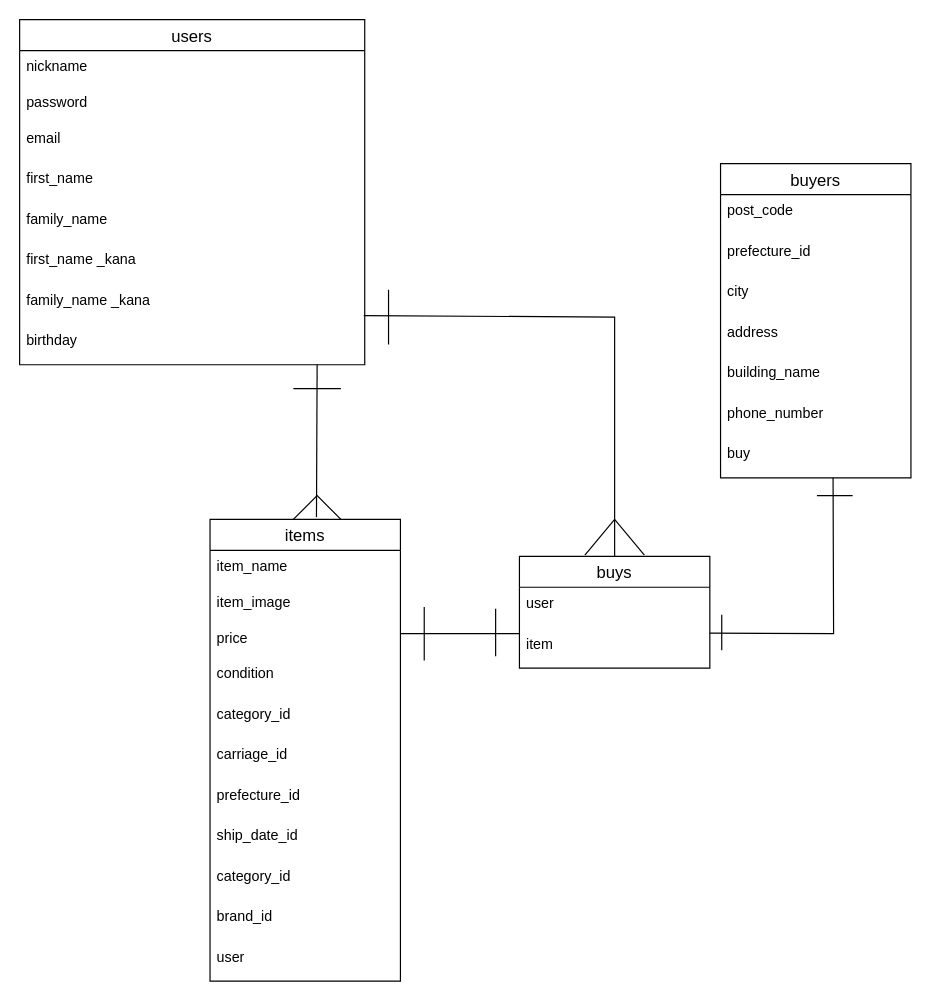
This is page "ページ1" (1 of 2) of furima.dio from Ishibashi-naoki1/furima-35187, a draw.io file, before an edit. Source tidied: cells renumbered, new cells numbered last; positions are measured from the earlier drawing's top-left corner, leaving out a move shared by most shapes. Both pictures are drawn from the tidied source at 119%, with x=0, y=0 at pixel (19, 19).
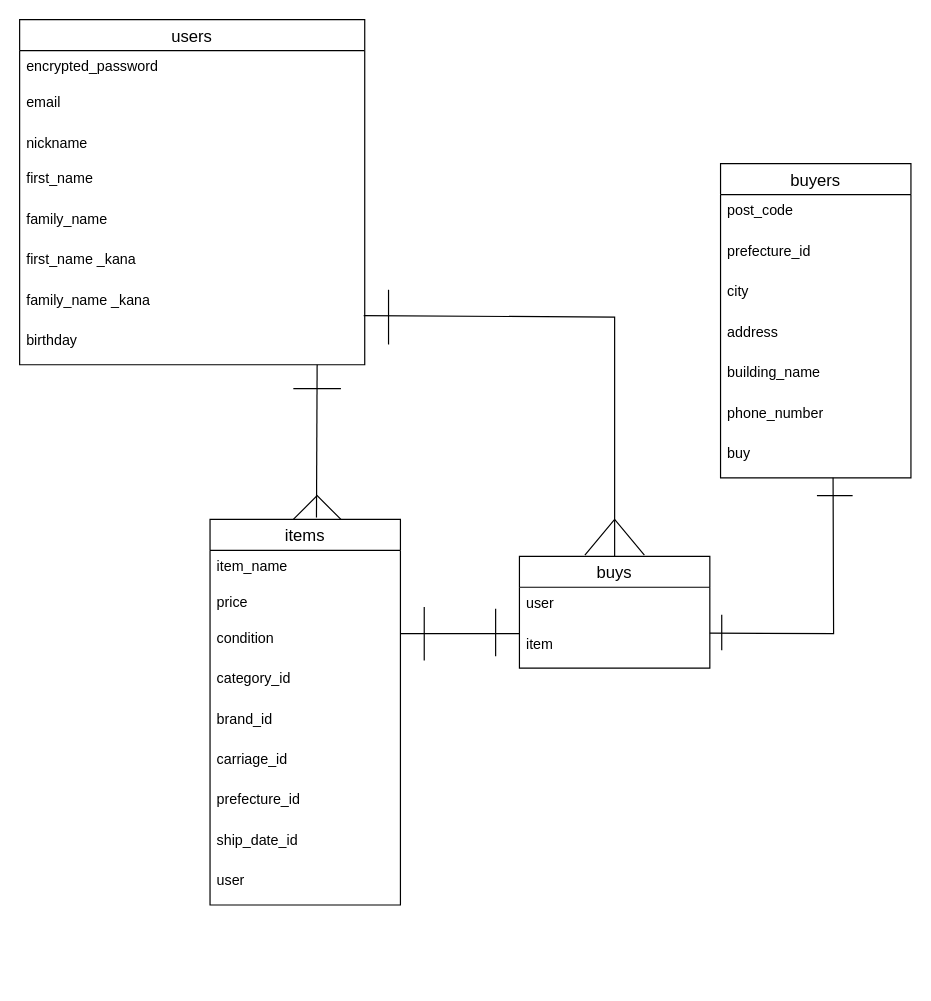
The same diagram, later.

The change refers to these unchanged cells:
```xml
<mxCell id="2" value="users" style="swimlane;fontStyle=0;horizontal=1;startSize=26;align=center;fontSize=14;" parent="1" vertex="1">
  <mxGeometry width="290" height="290" as="geometry" />
</mxCell>
```

Diff of the diagram source:
```diff
@@
-    <mxCell id="3" value="nickname " style="text;strokeColor=none;fillColor=none;spacingLeft=4;spacingRight=4;overflow=hidden;fontSize=12;" parent="2" vertex="1">
-      <mxGeometry y="26" width="290" height="30" as="geometry" />
-    </mxCell>
-    <mxCell id="4" value="password " style="text;strokeColor=none;fillColor=none;spacingLeft=4;spacingRight=4;overflow=hidden;fontSize=12;" parent="2" vertex="1">
-      <mxGeometry y="56" width="290" height="30" as="geometry" />
+    <mxCell id="4" value="encrypted_password" style="text;strokeColor=none;fillColor=none;spacingLeft=4;spacingRight=4;overflow=hidden;fontSize=12;" parent="2" vertex="1">
+      <mxGeometry y="26" width="290" height="30" as="geometry" />
     </mxCell>
     <mxCell id="5" value="email " style="text;strokeColor=none;fillColor=none;spacingLeft=4;spacingRight=4;overflow=hidden;fontSize=12;" parent="2" vertex="1">
-      <mxGeometry y="86" width="290" height="34" as="geometry" />
+      <mxGeometry y="56" width="290" height="34" as="geometry" />
     </mxCell>
+    <mxCell id="3" value="nickname " style="text;strokeColor=none;fillColor=none;spacingLeft=4;spacingRight=4;overflow=hidden;fontSize=12;" parent="2" vertex="1">
+      <mxGeometry y="90" width="290" height="30" as="geometry" />
+    </mxCell>
@@
     <mxCell id="12" value="items" style="swimlane;fontStyle=0;horizontal=1;startSize=26;align=center;fontSize=14;" parent="1" vertex="1">
-      <mxGeometry x="160" y="420" width="160" height="388" as="geometry" />
+      <mxGeometry x="160" y="420" width="160" height="324" as="geometry" />
     </mxCell>
@@
-    <mxCell id="14" value="item_image" style="text;strokeColor=none;fillColor=none;spacingLeft=4;spacingRight=4;overflow=hidden;fontSize=12;" parent="12" vertex="1">
-      <mxGeometry y="56" width="160" height="30" as="geometry" />
-    </mxCell>
     <mxCell id="15" value="price" style="text;strokeColor=none;fillColor=none;spacingLeft=4;spacingRight=4;overflow=hidden;fontSize=12;" parent="12" vertex="1">
-      <mxGeometry y="86" width="160" height="30" as="geometry" />
+      <mxGeometry y="56" width="160" height="30" as="geometry" />
     </mxCell>
     <mxCell id="16" value="condition" style="text;strokeColor=none;fillColor=none;spacingLeft=4;spacingRight=4;overflow=hidden;fontSize=12;" parent="12" vertex="1">
-      <mxGeometry y="116" width="160" height="34" as="geometry" />
+      <mxGeometry y="86" width="160" height="34" as="geometry" />
     </mxCell>
     <mxCell id="17" value="category_id" style="text;strokeColor=none;fillColor=none;spacingLeft=4;spacingRight=4;overflow=hidden;fontSize=12;" parent="12" vertex="1">
-      <mxGeometry y="150" width="160" height="34" as="geometry" />
+      <mxGeometry y="120" width="160" height="34" as="geometry" />
     </mxCell>
+    <mxCell id="22" value="brand_id" style="text;strokeColor=none;fillColor=none;spacingLeft=4;spacingRight=4;overflow=hidden;fontSize=12;" parent="12" vertex="1">
+      <mxGeometry y="154" width="160" height="34" as="geometry" />
+    </mxCell>
     <mxCell id="18" value="carriage_id" style="text;strokeColor=none;fillColor=none;spacingLeft=4;spacingRight=4;overflow=hidden;fontSize=12;" parent="12" vertex="1">
-      <mxGeometry y="184" width="160" height="34" as="geometry" />
+      <mxGeometry y="188" width="160" height="34" as="geometry" />
     </mxCell>
     <mxCell id="19" value="prefecture_id" style="text;strokeColor=none;fillColor=none;spacingLeft=4;spacingRight=4;overflow=hidden;fontSize=12;" parent="12" vertex="1">
-      <mxGeometry y="218" width="160" height="34" as="geometry" />
+      <mxGeometry y="222" width="160" height="34" as="geometry" />
     </mxCell>
     <mxCell id="20" value="ship_date_id" style="text;strokeColor=none;fillColor=none;spacingLeft=4;spacingRight=4;overflow=hidden;fontSize=12;" parent="12" vertex="1">
-      <mxGeometry y="252" width="160" height="34" as="geometry" />
+      <mxGeometry y="256" width="160" height="34" as="geometry" />
     </mxCell>
-    <mxCell id="21" value="category_id" style="text;strokeColor=none;fillColor=none;spacingLeft=4;spacingRight=4;overflow=hidden;fontSize=12;" parent="12" vertex="1">
-      <mxGeometry y="286" width="160" height="34" as="geometry" />
-    </mxCell>
-    <mxCell id="22" value="brand_id" style="text;strokeColor=none;fillColor=none;spacingLeft=4;spacingRight=4;overflow=hidden;fontSize=12;" parent="12" vertex="1">
-      <mxGeometry y="320" width="160" height="34" as="geometry" />
-    </mxCell>
     <mxCell id="23" value="user" style="text;strokeColor=none;fillColor=none;spacingLeft=4;spacingRight=4;overflow=hidden;fontSize=12;" parent="12" vertex="1">
-      <mxGeometry y="354" width="160" height="34" as="geometry" />
+      <mxGeometry y="290" width="160" height="34" as="geometry" />
     </mxCell>
```
